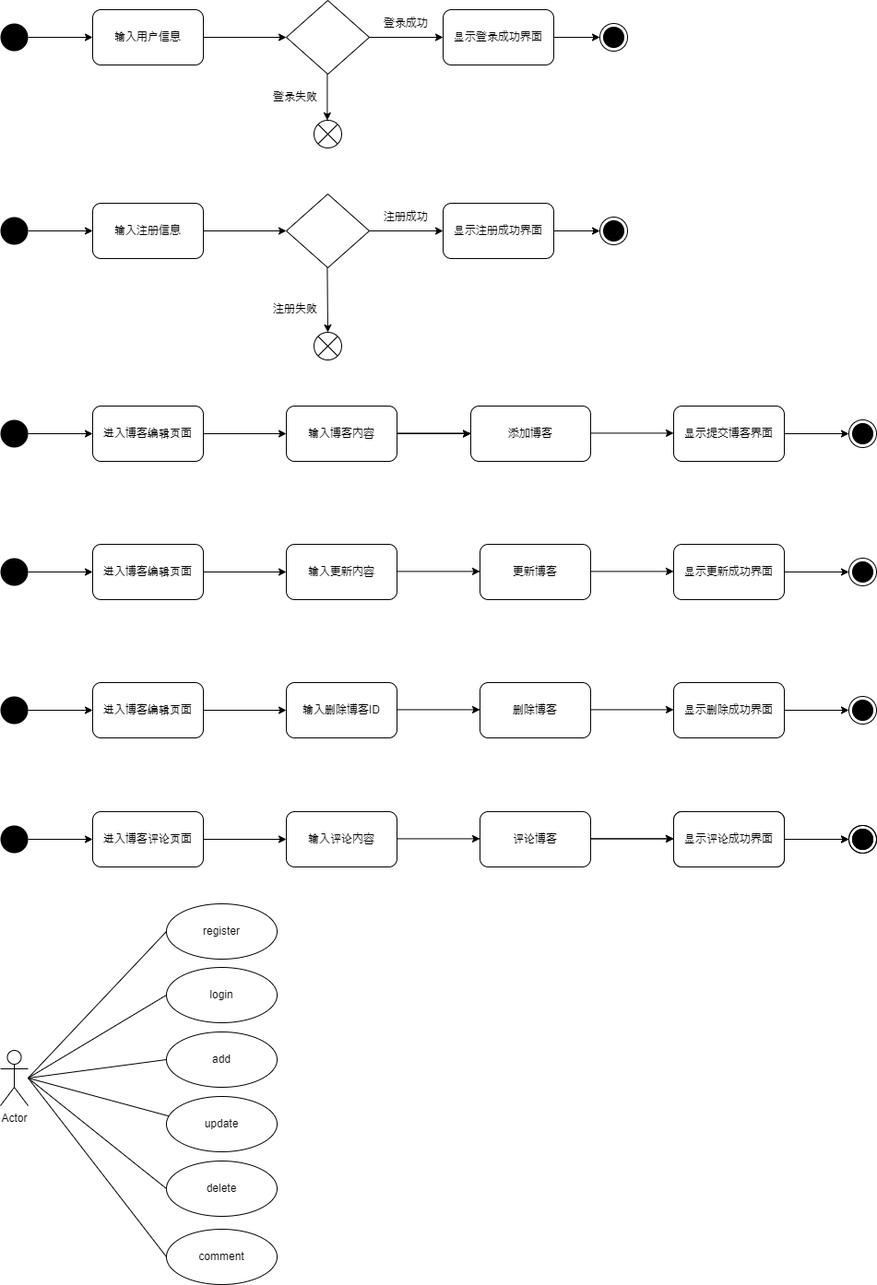
Above: blog.drawio.png in kittymimi/myspring (draw.io), before the change. Source tidied: cells renumbered, new cells last; positions are measured from the earlier drawing's top-left corner, leaving out a move shared by most shapes.
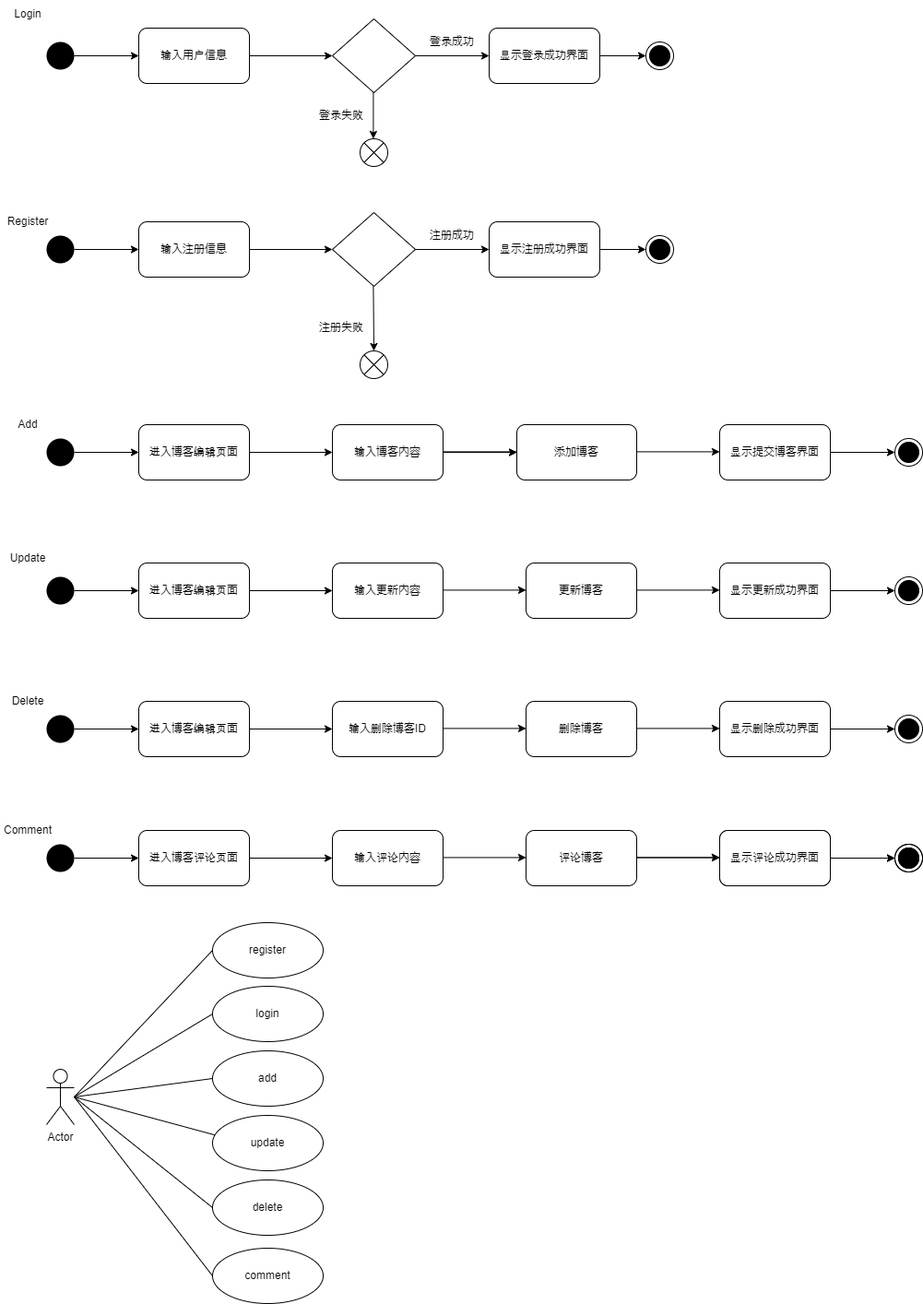
The same file after the commit.

Diff of the diagram source:
```diff
@@ -355,5 +355,23 @@
         <mxPoint x="520" y="909.4" as="targetPoint" />
       </mxGeometry>
     </mxCell>
+    <mxCell id="91" value="Login" style="text;html=1;strokeColor=none;fillColor=none;align=center;verticalAlign=middle;whiteSpace=wrap;rounded=0;fontSize=12;" parent="1" vertex="1">
+      <mxGeometry x="-50" y="-20" width="60" height="30" as="geometry" />
+    </mxCell>
+    <mxCell id="92" value="Register" style="text;html=1;strokeColor=none;fillColor=none;align=center;verticalAlign=middle;whiteSpace=wrap;rounded=0;fontSize=12;" parent="1" vertex="1">
+      <mxGeometry x="-50" y="205" width="60" height="30" as="geometry" />
+    </mxCell>
+    <mxCell id="93" value="Add" style="text;html=1;strokeColor=none;fillColor=none;align=center;verticalAlign=middle;whiteSpace=wrap;rounded=0;fontSize=12;" parent="1" vertex="1">
+      <mxGeometry x="-50" y="425" width="60" height="30" as="geometry" />
+    </mxCell>
+    <mxCell id="94" value="Update" style="text;html=1;strokeColor=none;fillColor=none;align=center;verticalAlign=middle;whiteSpace=wrap;rounded=0;fontSize=12;" parent="1" vertex="1">
+      <mxGeometry x="-50" y="570" width="60" height="30" as="geometry" />
+    </mxCell>
+    <mxCell id="95" value="Delete" style="text;html=1;strokeColor=none;fillColor=none;align=center;verticalAlign=middle;whiteSpace=wrap;rounded=0;fontSize=12;" parent="1" vertex="1">
+      <mxGeometry x="-50" y="725" width="60" height="30" as="geometry" />
+    </mxCell>
+    <mxCell id="96" value="Comment" style="text;html=1;strokeColor=none;fillColor=none;align=center;verticalAlign=middle;whiteSpace=wrap;rounded=0;fontSize=12;" parent="1" vertex="1">
+      <mxGeometry x="-50" y="865" width="60" height="30" as="geometry" />
+    </mxCell>
   </root>
 </mxGraphModel>
```
